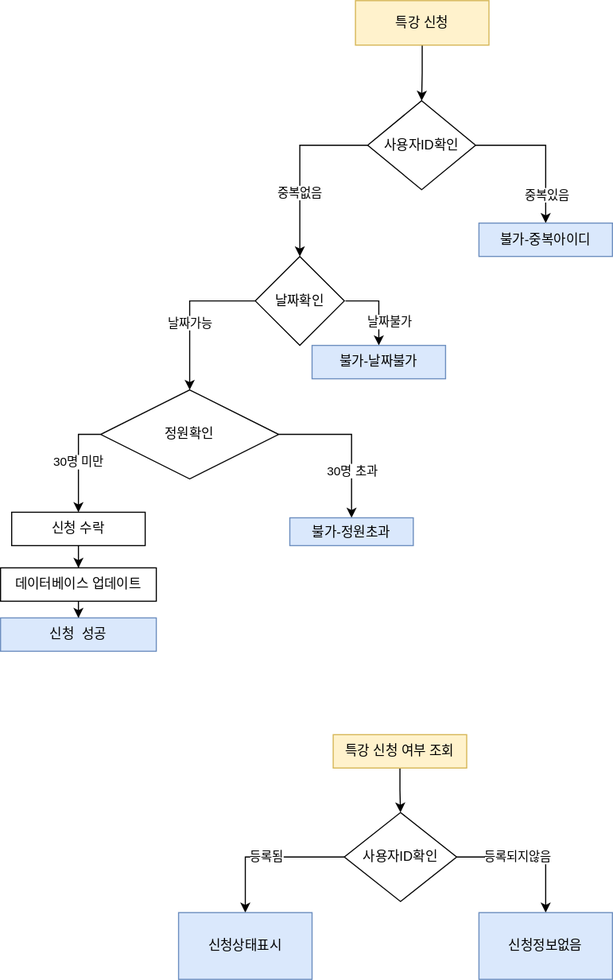
Earlier version of the draw.io export src/main/java/com/tdd/speciallectureapply/document/diagram/service-flow.svg (kabalport/special-lecture-apply). Source tidied: cells renumbered, new cells last; positions are measured from the earlier drawing's top-left corner, leaving out a move shared by most shapes.
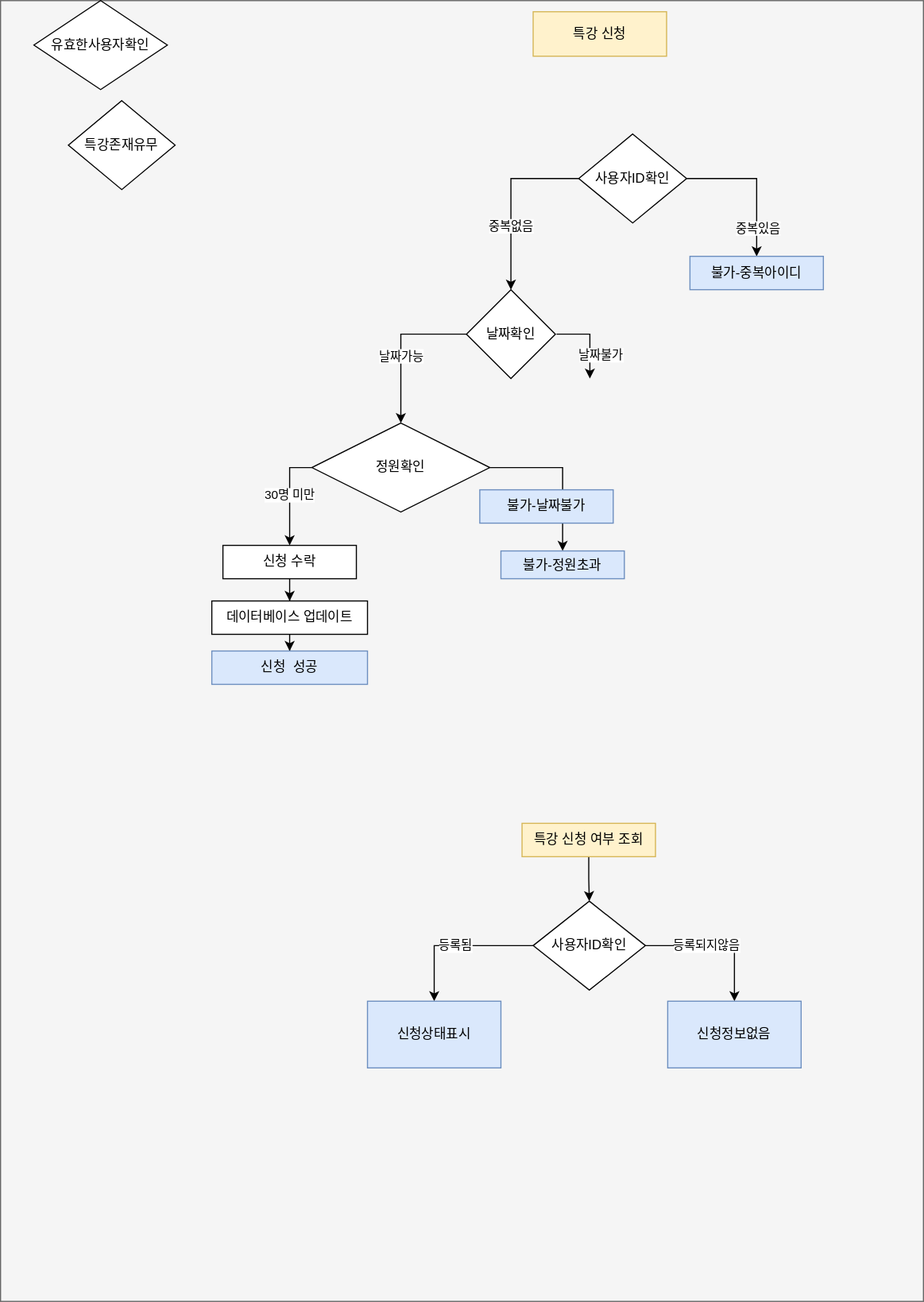
Later version of the same file.

Diff of the diagram source:
```diff
@@ -2,11 +2,11 @@
   <root>
     <mxCell id="0" />
     <mxCell id="1" parent="0" />
-    <mxCell id="2" style="edgeStyle=orthogonalEdgeStyle;rounded=0;jettySize=auto;html=1;" parent="1" edge="1" source="3" target="7">
-      <mxGeometry relative="1" as="geometry" />
-    </mxCell>
+    <mxCell id="31" style="rounded=0;whiteSpace=wrap;html=1;fillColor=#f5f5f5;strokeColor=#666666;fontColor=#333333;" parent="1" vertex="1">
+      <mxGeometry x="-190" y="-30" width="830" height="1170" as="geometry" />
+    </mxCell>
     <mxCell id="3" value="특강 신청" style="rounded=0;whiteSpace=wrap;html=1;fillColor=#fff2cc;strokeColor=#d6b656;" parent="1" vertex="1">
-      <mxGeometry x="319" width="120" height="40" as="geometry" />
+      <mxGeometry x="289" y="-20" width="120" height="40" as="geometry" />
     </mxCell>
     <mxCell id="4" value="중복없음" style="edgeStyle=orthogonalEdgeStyle;rounded=0;jettySize=auto;html=1;" parent="1" edge="1" source="7" target="10">
       <mxGeometry x="0.29" relative="1" as="geometry" />
@@ -29,9 +29,10 @@
         </Array>
       </mxGeometry>
     </mxCell>
-    <mxCell id="9" value="날짜불가" style="edgeStyle=orthogonalEdgeStyle;rounded=0;jettySize=auto;html=1;entryX=0.5;entryY=0;entryDx=0;entryDy=0;" parent="1" edge="1" target="21">
+    <mxCell id="9" value="날짜불가" style="edgeStyle=orthogonalEdgeStyle;rounded=0;orthogonalLoop=1;jettySize=auto;html=1;entryX=0.5;entryY=0;entryDx=0;entryDy=0;" parent="1" edge="1">
       <mxGeometry x="0.43" y="10" relative="1" as="geometry">
         <mxPoint x="310" y="270" as="sourcePoint" />
+        <mxPoint x="340" y="310" as="targetPoint" />
         <Array as="points">
           <mxPoint x="340" y="270" />
         </Array>
@@ -74,7 +75,7 @@
       <mxGeometry y="555" width="140" height="30" as="geometry" />
     </mxCell>
     <mxCell id="21" value="불가-날짜불가" style="rounded=0;whiteSpace=wrap;html=1;fillColor=#dae8fc;strokeColor=#6c8ebf;" parent="1" vertex="1">
-      <mxGeometry x="280" y="310" width="120" height="30" as="geometry" />
+      <mxGeometry x="241" y="410" width="120" height="30" as="geometry" />
     </mxCell>
     <mxCell id="22" value="불가-정원초과" style="whiteSpace=wrap;html=1;rounded=0;fillColor=#dae8fc;strokeColor=#6c8ebf;" parent="1" vertex="1">
       <mxGeometry x="260" y="465" width="111" height="25" as="geometry" />
@@ -83,7 +84,7 @@
       <mxGeometry relative="1" as="geometry" />
     </mxCell>
     <mxCell id="24" value="특강 신청 여부 조회" style="rounded=0;whiteSpace=wrap;html=1;fillColor=#fff2cc;strokeColor=#d6b656;" parent="1" vertex="1">
-      <mxGeometry x="299" y="660" width="120" height="30" as="geometry" />
+      <mxGeometry x="279" y="710" width="120" height="30" as="geometry" />
     </mxCell>
     <mxCell id="25" style="edgeStyle=orthogonalEdgeStyle;rounded=0;jettySize=auto;html=1;entryX=0.5;entryY=0;entryDx=0;entryDy=0;" parent="1" edge="1" source="28" target="29">
       <mxGeometry relative="1" as="geometry" />
@@ -95,13 +96,19 @@
       <mxGeometry relative="1" as="geometry" />
     </mxCell>
     <mxCell id="28" value="사용자ID확인" style="rhombus;whiteSpace=wrap;html=1;" parent="1" vertex="1">
-      <mxGeometry x="309" y="730" width="101" height="80" as="geometry" />
+      <mxGeometry x="289" y="780" width="101" height="80" as="geometry" />
     </mxCell>
     <mxCell id="29" value="신청정보없음" style="rounded=0;whiteSpace=wrap;html=1;fillColor=#dae8fc;strokeColor=#6c8ebf;" parent="1" vertex="1">
-      <mxGeometry x="430" y="820" width="120" height="60" as="geometry" />
+      <mxGeometry x="410" y="870" width="120" height="60" as="geometry" />
     </mxCell>
     <mxCell id="30" value="신청상태표시" style="rounded=0;whiteSpace=wrap;html=1;fillColor=#dae8fc;strokeColor=#6c8ebf;" parent="1" vertex="1">
-      <mxGeometry x="160" y="820" width="120" height="60" as="geometry" />
+      <mxGeometry x="140" y="870" width="120" height="60" as="geometry" />
     </mxCell>
+    <mxCell id="32" value="특강존재유무" style="rhombus;whiteSpace=wrap;html=1;rounded=0;" parent="1" vertex="1">
+      <mxGeometry x="-129" y="60" width="96" height="80" as="geometry" />
+    </mxCell>
+    <mxCell id="33" value="유효한사용자확인" style="rhombus;whiteSpace=wrap;html=1;rounded=0;" parent="1" vertex="1">
+      <mxGeometry x="-160" y="-30" width="120" height="80" as="geometry" />
+    </mxCell>
   </root>
 </mxGraphModel>
```
